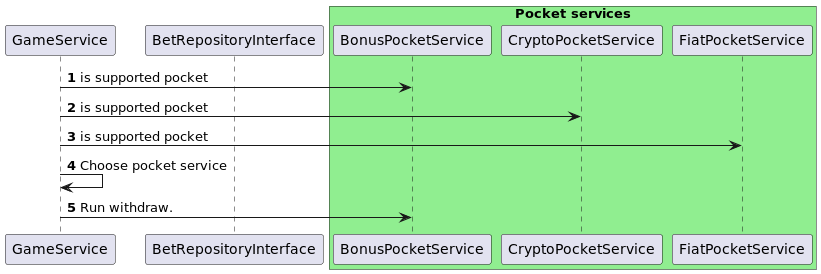
Before: docs/images/WithdrawSequenceDiagram.png, a diagram exported from PlantUML (SukachVitally/test_game_pocket).
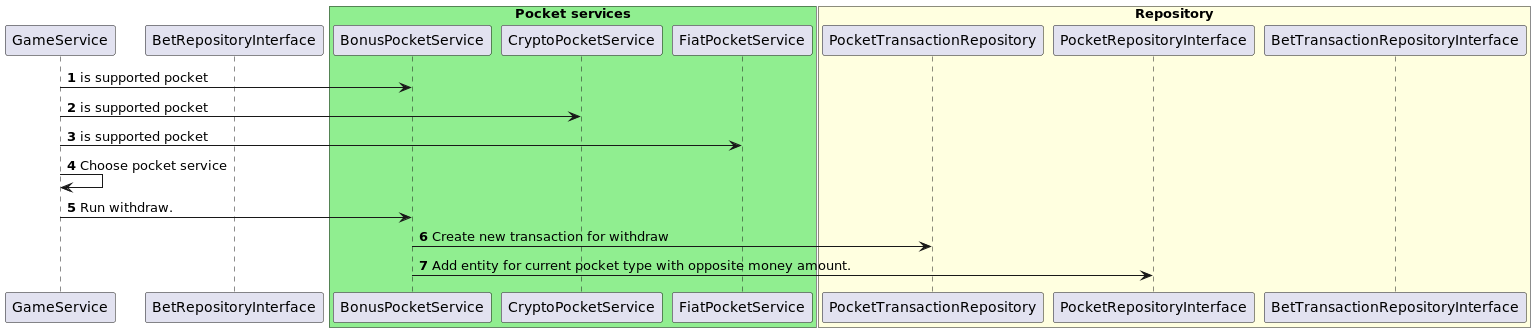
The same file after the commit.

What changed in the source:
```diff
@@ -9,10 +9,18 @@
     participant FiatPocketService
 end box
 
+box "Repository" #LightYellow
+    participant PocketTransactionRepository
+    participant PocketRepositoryInterface
+    participant BetTransactionRepositoryInterface
+end box
+
 gs -> BonusPocketService: is supported pocket
 gs -> CryptoPocketService: is supported pocket
 gs -> FiatPocketService: is supported pocket
 gs -> gs: Choose pocket service
 gs -> BonusPocketService: Run withdraw.
+BonusPocketService -> PocketTransactionRepository: Create new transaction for withdraw
+BonusPocketService -> PocketRepositoryInterface: Add entity for current pocket type with opposite money amount.
 
 @enduml
```
